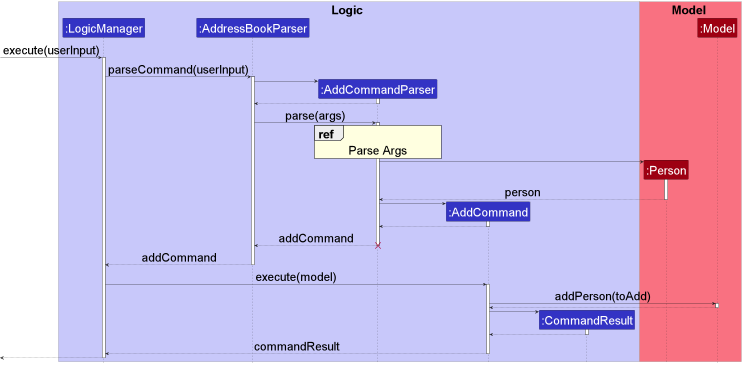
Before: docs/images/dg-images/AddCommandSequenceDiagram.png, a diagram exported from PlantUML (nus-cs2103-AY2223S1/tp).
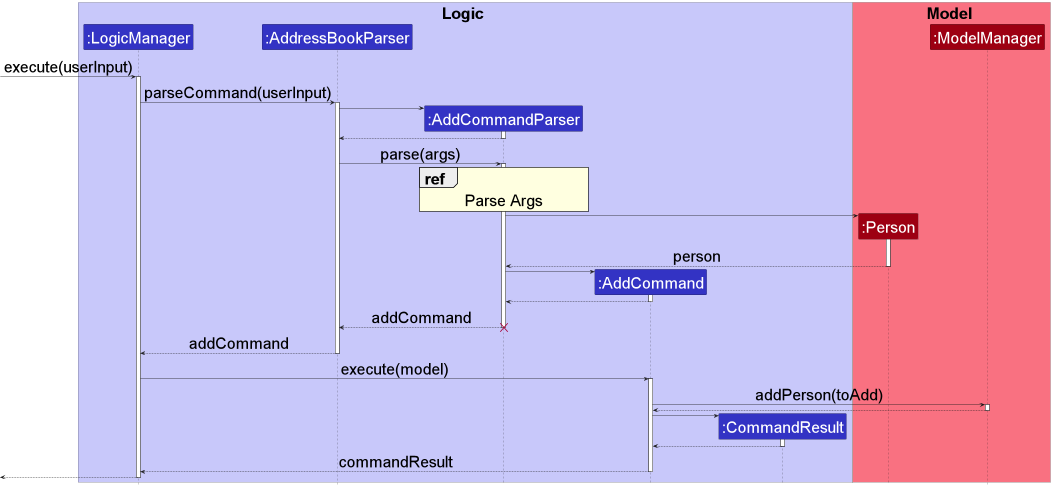
Later version of the same file.

Diff of the diagram source:
```diff
@@ -14,7 +14,7 @@
 
 box Model MODEL_COLOR_T1
 participant ":Person" as Person MODEL_COLOR
-participant ":Model" as Model MODEL_COLOR
+participant ":ModelManager" as Model MODEL_COLOR
 end box
 
 [-> LogicManager : execute(userInput)
@@ -27,7 +27,8 @@
 AddressBookParser -> AddCommandParser++
 return
 
-AddressBookParser -> AddCommandParser++:parse(args)
+AddressBookParser -> AddCommandParser:parse(args)
+activate AddCommandParser
 
 ref over AddCommandParser
   Parse Args
```
